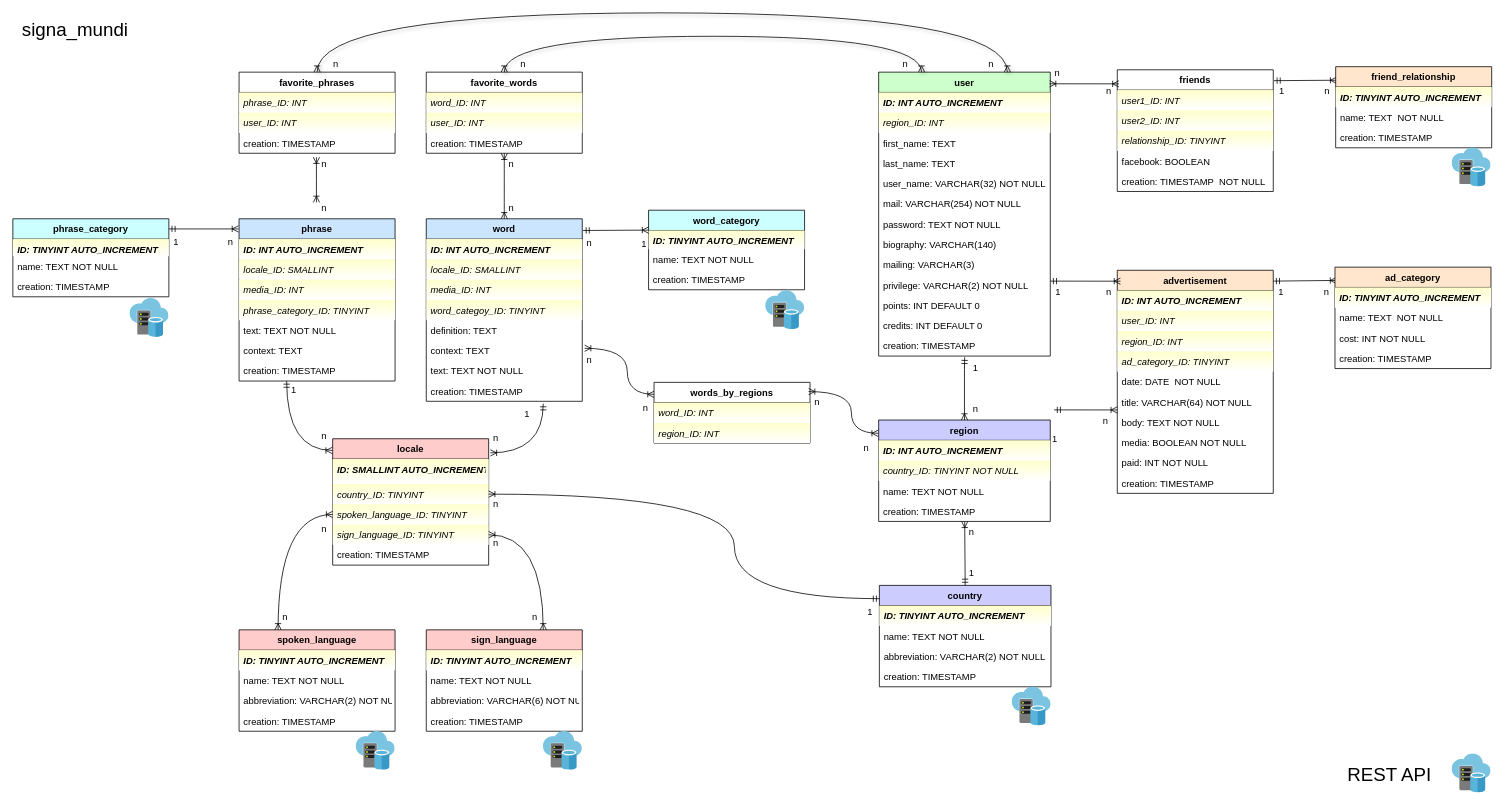
Before: SQL/Diagram.drawio in Dialvive/HandsApp-API, a draw.io diagram. Source tidied: cells renumbered, new cells numbered last; positions are measured from the earlier drawing's top-left corner, leaving out a move shared by most shapes. Both pictures are drawn from the tidied source at 78%, with x=0, y=0 at pixel (12, 12).
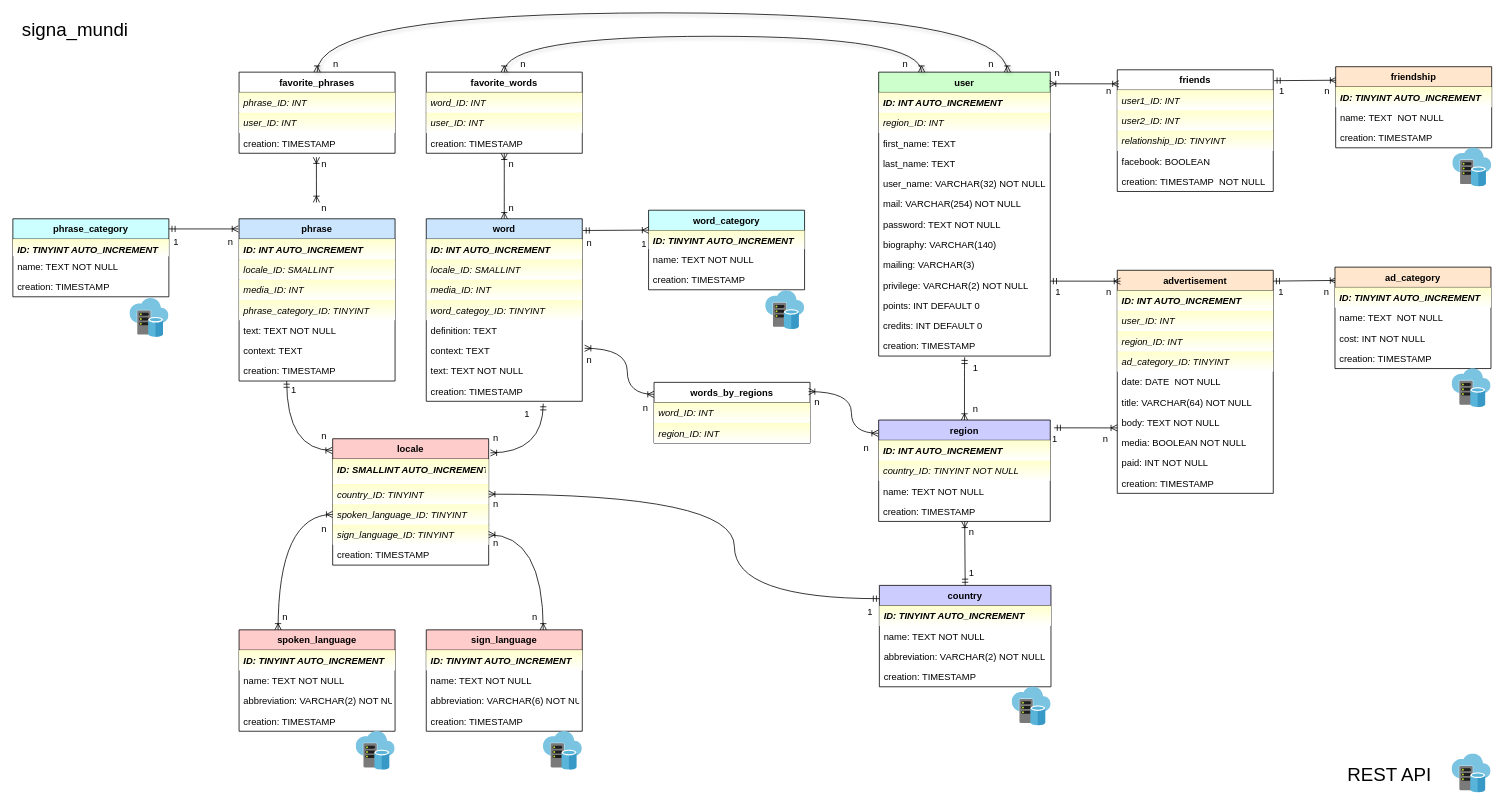
Above is the later version.

Commit message (it also covers changes not shown here):
CRUD friendship

What changed in the source:
```diff
@@
-    <mxCell id="158" value="friend_relationship" style="swimlane;fontStyle=1;horizontal=1;startSize=26;fillColor=#FFE6CC;" parent="1" vertex="1">
+    <mxCell id="158" value="friendship" style="swimlane;fontStyle=1;horizontal=1;startSize=26;fillColor=#FFE6CC;" parent="1" vertex="1">
       <mxGeometry x="1695.9" y="69" width="200" height="104" as="geometry" />
     </mxCell>
@@
     <mxCell id="162" value="n" style="text;strokeColor=none;fillColor=none;spacingLeft=4;spacingRight=4;overflow=hidden;fontSize=12;labelBackgroundColor=none;" parent="1" vertex="1">
-      <mxGeometry x="1391.8" y="509.1" width="20" height="28" as="geometry" />
+      <mxGeometry x="1391.8" y="532.1" width="20" height="28" as="geometry" />
     </mxCell>
@@
     <mxCell id="164" style="fontSize=12;html=1;endArrow=ERmandOne;startArrow=ERoneToMany;endFill=0;" parent="1" edge="1">
       <mxGeometry relative="1" as="geometry">
-        <mxPoint x="1415.9" y="509.1" as="sourcePoint" />
-        <mxPoint x="1335" y="509" as="targetPoint" />
+        <mxPoint x="1415.9" y="532.1" as="sourcePoint" />
+        <mxPoint x="1335" y="532" as="targetPoint" />
       </mxGeometry>
     </mxCell>
@@
     <mxCell id="172" style="html=1;align=center;image;fontSize=12;image=img/lib/mscae/Virtual_Datacenter.svg;" parent="1" vertex="1">
-      <mxGeometry x="1845" y="173" width="50" height="50" as="geometry" />
+      <mxGeometry x="1845" y="456" width="50" height="50" as="geometry" />
     </mxCell>
+    <mxCell id="173" style="html=1;align=center;image;fontSize=12;image=img/lib/mscae/Virtual_Datacenter.svg;" parent="1" vertex="1">
+      <mxGeometry x="1845.9" y="173" width="50" height="50" as="geometry" />
+    </mxCell>
```
